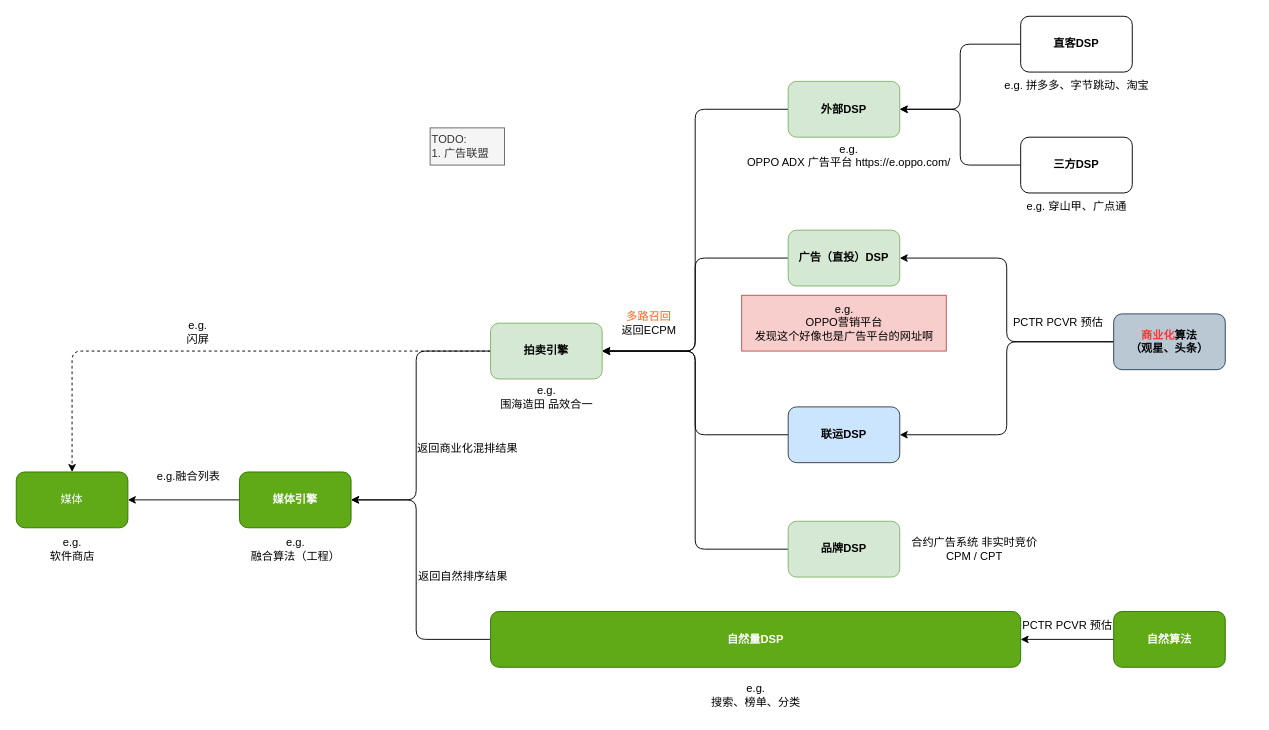
This is 商业化.drawio from ETHAN0430/draw.io.repo, a draw.io file, before an edit. Source tidied: cells renumbered, new cells numbered last; positions are measured from the earlier drawing's top-left corner, leaving out a move shared by most shapes. Both pictures are drawn from the tidied source at 93%, with x=0, y=0 at pixel (16, 16).
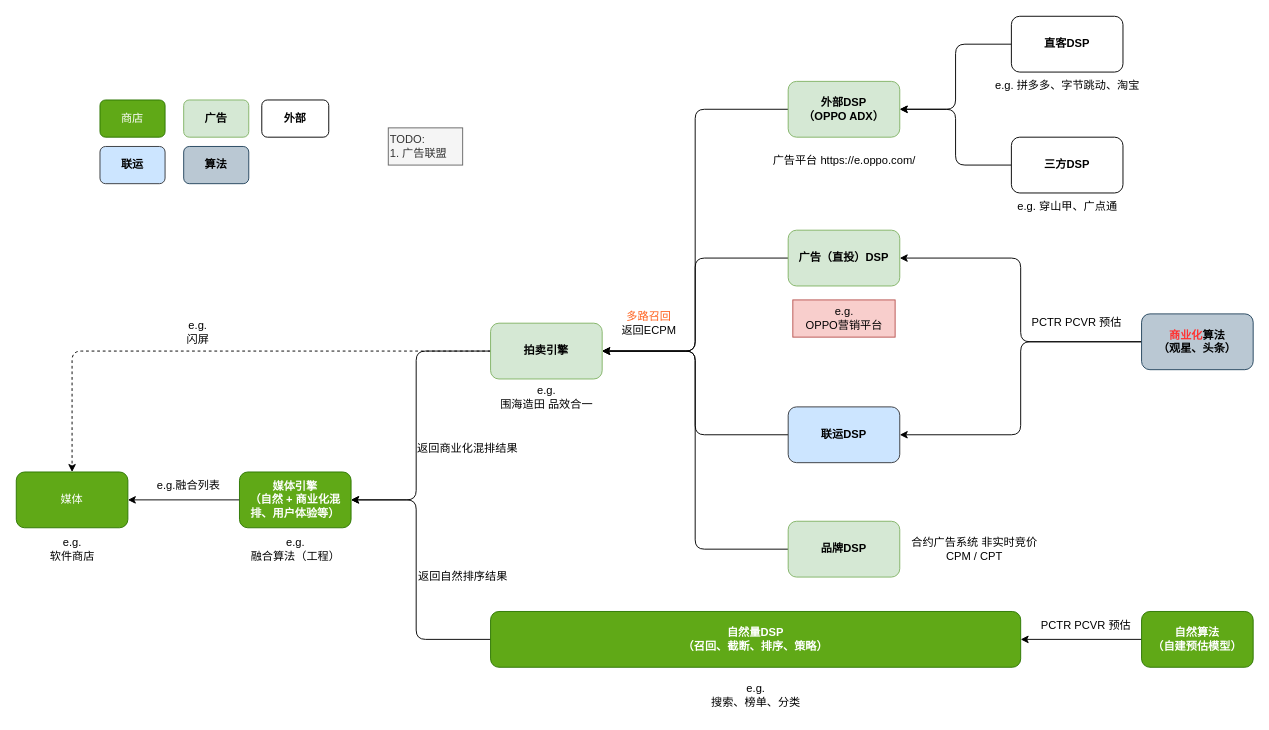
Above is the later version.

Commit message:
更新商业化.drawio

The edit, as a diff of the source:
```diff
@@
-    <mxCell id="6" value="媒体引擎" style="rounded=1;whiteSpace=wrap;html=1;fontStyle=1;fillColor=#60a917;strokeColor=#2D7600;fontColor=#ffffff;" parent="1" vertex="1">
+    <mxCell id="6" value="媒体引擎&lt;br&gt;（自然 + 商业化混排、用户体验等）" style="rounded=1;whiteSpace=wrap;html=1;fontStyle=1;fillColor=#60a917;strokeColor=#2D7600;fontColor=#ffffff;" parent="1" vertex="1">
       <mxGeometry x="240" y="490" width="120" height="60" as="geometry" />
     </mxCell>
@@
-    <mxCell id="9" value="自然量DSP" style="rounded=1;whiteSpace=wrap;html=1;fillColor=#60a917;strokeColor=#2D7600;fontColor=#ffffff;fontStyle=1;" parent="1" vertex="1">
+    <mxCell id="9" value="自然量DSP&lt;br&gt;（召回、截断、排序、策略）" style="rounded=1;whiteSpace=wrap;html=1;fillColor=#60a917;strokeColor=#2D7600;fontColor=#ffffff;fontStyle=1;" parent="1" vertex="1">
       <mxGeometry x="510" y="640" width="570" height="60" as="geometry" />
     </mxCell>
@@
-    <mxCell id="11" value="外部DSP" style="whiteSpace=wrap;html=1;rounded=1;fillColor=#d5e8d4;strokeColor=#82b366;fontStyle=1;" parent="1" vertex="1">
+    <mxCell id="11" value="外部DSP&lt;br&gt;（OPPO ADX）" style="whiteSpace=wrap;html=1;rounded=1;fillColor=#d5e8d4;strokeColor=#82b366;fontStyle=1;" parent="1" vertex="1">
       <mxGeometry x="830" y="70" width="120" height="60" as="geometry" />
     </mxCell>
@@
     <mxCell id="20" value="&lt;font color=&quot;#ff3333&quot;&gt;商业化&lt;/font&gt;算法&lt;br&gt;（观星、头条）" style="whiteSpace=wrap;html=1;rounded=1;fillColor=#bac8d3;strokeColor=#23445d;fontStyle=1;" parent="1" vertex="1">
-      <mxGeometry x="1180" y="320" width="120" height="60" as="geometry" />
+      <mxGeometry x="1210" y="320" width="120" height="60" as="geometry" />
     </mxCell>
@@
-    <mxCell id="22" value="自然算法" style="whiteSpace=wrap;html=1;rounded=1;fillColor=#60a917;strokeColor=#2D7600;fontColor=#ffffff;fontStyle=1;" parent="1" vertex="1">
-      <mxGeometry x="1180" y="640" width="120" height="60" as="geometry" />
+    <mxCell id="22" value="自然算法&lt;br&gt;（自建预估模型）" style="whiteSpace=wrap;html=1;rounded=1;fillColor=#60a917;strokeColor=#2D7600;fontColor=#ffffff;fontStyle=1;" parent="1" vertex="1">
+      <mxGeometry x="1210" y="640" width="120" height="60" as="geometry" />
     </mxCell>
@@
     <mxCell id="25" value="e.g.融合列表" style="text;html=1;align=center;verticalAlign=middle;strokeColor=none;fillColor=none;" parent="1" vertex="1">
-      <mxGeometry x="140" y="480" width="90" height="30" as="geometry" />
+      <mxGeometry x="140" y="490" width="90" height="30" as="geometry" />
     </mxCell>
@@
     <mxCell id="29" value="PCTR PCVR 预估" style="text;html=1;align=center;verticalAlign=middle;strokeColor=none;fillColor=none;" parent="1" vertex="1">
-      <mxGeometry x="1060" y="315" width="120" height="30" as="geometry" />
+      <mxGeometry x="1080" y="315" width="120" height="30" as="geometry" />
     </mxCell>
-    <mxCell id="30" value="e.g.&lt;br&gt;OPPO营销平台 &lt;br&gt;发现这个好像也是广告平台的网址啊" style="text;html=1;align=center;verticalAlign=middle;strokeColor=#b85450;fillColor=#f8cecc;" parent="1" vertex="1">
-      <mxGeometry x="780" y="300" width="220" height="60" as="geometry" />
+    <mxCell id="30" value="e.g.&lt;br&gt;OPPO营销平台" style="text;html=1;align=center;verticalAlign=middle;strokeColor=#b85450;fillColor=#f8cecc;" parent="1" vertex="1">
+      <mxGeometry x="835" y="305" width="110" height="40" as="geometry" />
     </mxCell>
@@
-    <mxCell id="32" value="e.g.&lt;br&gt;OPPO ADX 广告平台 https://e.oppo.com/" style="text;html=1;align=center;verticalAlign=middle;strokeColor=none;fillColor=none;" parent="1" vertex="1">
-      <mxGeometry x="775" y="130" width="240" height="40" as="geometry" />
+    <mxCell id="32" value="广告平台 https://e.oppo.com/" style="text;html=1;align=center;verticalAlign=middle;strokeColor=none;fillColor=none;" parent="1" vertex="1">
+      <mxGeometry x="800" y="140" width="180" height="30" as="geometry" />
     </mxCell>
@@
     <mxCell id="35" value="直客DSP" style="whiteSpace=wrap;html=1;rounded=1;fontStyle=1;" parent="1" vertex="1">
-      <mxGeometry x="1080" width="120" height="60" as="geometry" />
+      <mxGeometry x="1070" width="120" height="60" as="geometry" />
     </mxCell>
@@
     <mxCell id="37" value="三方DSP" style="whiteSpace=wrap;html=1;rounded=1;fontStyle=1;" parent="1" vertex="1">
-      <mxGeometry x="1080" y="130" width="120" height="60" as="geometry" />
+      <mxGeometry x="1070" y="130" width="120" height="60" as="geometry" />
     </mxCell>
     <mxCell id="38" value="TODO:&lt;br&gt;1. 广告联盟" style="text;html=1;align=left;verticalAlign=middle;strokeColor=#666666;fillColor=#f5f5f5;fontColor=#333333;" parent="1" vertex="1">
-      <mxGeometry x="445" y="120" width="80" height="40" as="geometry" />
+      <mxGeometry x="400" y="120" width="80" height="40" as="geometry" />
     </mxCell>
     <mxCell id="39" value="e.g. 拼多多、字节跳动、淘宝" style="text;html=1;align=center;verticalAlign=middle;strokeColor=none;fillColor=none;" parent="1" vertex="1">
-      <mxGeometry x="1050" y="60" width="180" height="30" as="geometry" />
+      <mxGeometry x="1040" y="60" width="180" height="30" as="geometry" />
     </mxCell>
     <mxCell id="40" value="e.g. 穿山甲、广点通" style="text;html=1;align=center;verticalAlign=middle;strokeColor=none;fillColor=none;" parent="1" vertex="1">
-      <mxGeometry x="1075" y="190" width="130" height="30" as="geometry" />
+      <mxGeometry x="1065" y="190" width="130" height="30" as="geometry" />
     </mxCell>
     <mxCell id="41" value="PCTR PCVR 预估" style="text;html=1;align=center;verticalAlign=middle;strokeColor=none;fillColor=none;" parent="1" vertex="1">
-      <mxGeometry x="1070" y="640" width="120" height="30" as="geometry" />
+      <mxGeometry x="1090" y="640" width="120" height="30" as="geometry" />
     </mxCell>
@@
+    <mxCell id="44" value="&lt;b&gt;广告&lt;/b&gt;" style="whiteSpace=wrap;html=1;rounded=1;fillColor=#d5e8d4;strokeColor=#82b366;" parent="1" vertex="1">
+      <mxGeometry x="180" y="90" width="70" height="40" as="geometry" />
+    </mxCell>
+    <mxCell id="45" value="商店" style="rounded=1;whiteSpace=wrap;html=1;fillColor=#60a917;strokeColor=#2D7600;fontColor=#ffffff;" parent="1" vertex="1">
+      <mxGeometry x="90" y="90" width="70" height="40" as="geometry" />
+    </mxCell>
+    <mxCell id="46" value="联运" style="whiteSpace=wrap;html=1;rounded=1;fillColor=#cce5ff;strokeColor=#36393d;fontStyle=1;" parent="1" vertex="1">
+      <mxGeometry x="90" y="140" width="70" height="40" as="geometry" />
+    </mxCell>
+    <mxCell id="47" value="&lt;font&gt;算法&lt;/font&gt;" style="whiteSpace=wrap;html=1;rounded=1;fillColor=#bac8d3;strokeColor=#23445d;fontStyle=1;fontColor=default;" parent="1" vertex="1">
+      <mxGeometry x="180" y="140" width="70" height="40" as="geometry" />
+    </mxCell>
+    <mxCell id="48" value="外部" style="whiteSpace=wrap;html=1;rounded=1;fontStyle=1;" parent="1" vertex="1">
+      <mxGeometry x="264" y="90" width="72" height="40" as="geometry" />
+    </mxCell>
```
